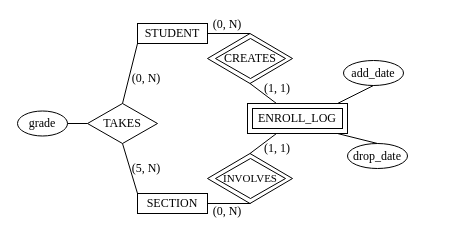
Before: DB/HW2/src/drawio/2A.drawio in W-X-Dai/tex, a draw.io diagram. Source tidied: cells renumbered, new cells numbered last; positions are measured from the earlier drawing's top-left corner, leaving out a move shared by most shapes. Both pictures are drawn from the tidied source at 100%, with x=0, y=0 at pixel (17, 19).
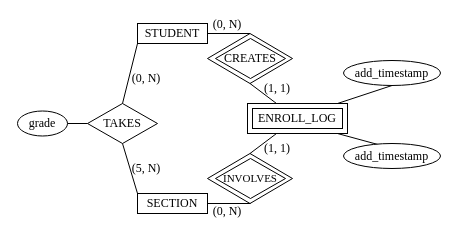
After the change.

The edit, as a diff of the source:
```diff
@@
-    <mxCell id="18" value="&lt;font face=&quot;Times New Roman&quot;&gt;add_date&lt;/font&gt;" style="ellipse;whiteSpace=wrap;html=1;" parent="1" vertex="1">
-      <mxGeometry x="326" y="41" width="60" height="25" as="geometry" />
+    <mxCell id="18" value="&lt;font face=&quot;Times New Roman&quot;&gt;add_timestamp&lt;/font&gt;" style="ellipse;whiteSpace=wrap;html=1;" parent="1" vertex="1">
+      <mxGeometry x="326" y="41" width="97" height="25" as="geometry" />
     </mxCell>
-    <mxCell id="19" value="&lt;font face=&quot;Times New Roman&quot;&gt;drop&lt;/font&gt;&lt;span style=&quot;font-family: &amp;quot;Times New Roman&amp;quot;; background-color: transparent; color: light-dark(rgb(0, 0, 0), rgb(255, 255, 255));&quot;&gt;_date&lt;/span&gt;" style="ellipse;whiteSpace=wrap;html=1;" parent="1" vertex="1">
-      <mxGeometry x="330" y="124" width="60" height="25" as="geometry" />
-    </mxCell>
@@
-    <mxCell id="21" style="endArrow=none;html=1;rounded=0;exitX=0.5;exitY=0;exitDx=0;exitDy=0;" parent="1" edge="1" source="19">
+    <mxCell id="21" style="endArrow=none;html=1;rounded=0;exitX=0.363;exitY=0.049;exitDx=0;exitDy=0;exitPerimeter=0;" parent="1" edge="1" source="32">
       <mxGeometry relative="1" as="geometry">
         <mxPoint x="320" y="114" as="targetPoint" />
       </mxGeometry>
     </mxCell>
@@
+    <mxCell id="32" value="&lt;font face=&quot;Times New Roman&quot;&gt;add_timestamp&lt;/font&gt;" style="ellipse;whiteSpace=wrap;html=1;" parent="1" vertex="1">
+      <mxGeometry x="326" y="124" width="97" height="25" as="geometry" />
+    </mxCell>
```
